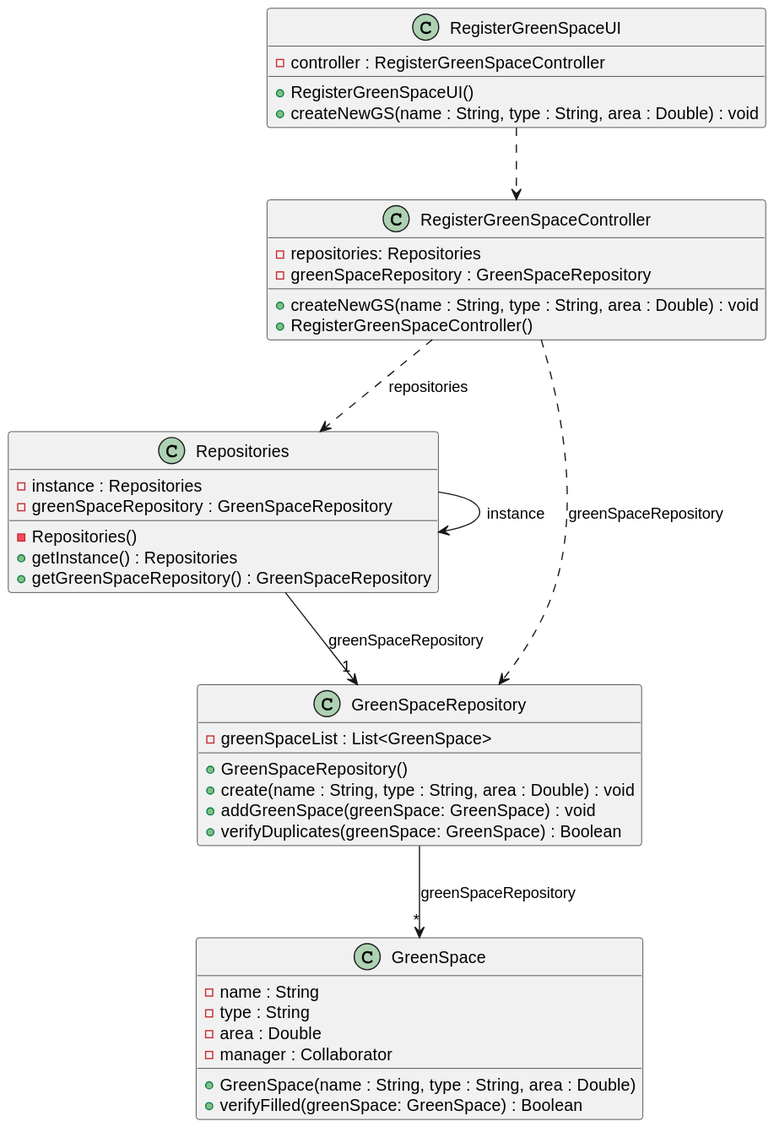
Earlier version of the PlantUML export docs/sprintC/us020/03.design/svg/us020-class-diagram.svg (ricardomm7/leaflink). Source of this version:
```plantuml
@startuml
skinparam shadowing false
skinparam line type polyline


    class RegisterGreenSpaceUI {
        - controller : RegisterGreenSpaceController
        + RegisterGreenSpaceUI()
        + createNewGS(name : String, type : String, area : Double) : void
    }

    class RegisterGreenSpaceController {
        - repositories: Repositories
        - greenSpaceRepository : GreenSpaceRepository
        + createNewGS(name : String, type : String, area : Double) : void
        + RegisterGreenSpaceController()
    }

    class Repositories {
        - instance : Repositories
        - greenSpaceRepository : GreenSpaceRepository
        - Repositories()
        + getInstance() : Repositories
        + getGreenSpaceRepository() : GreenSpaceRepository
    }

    class GreenSpaceRepository {
        - greenSpaceList : List<GreenSpace>

        + GreenSpaceRepository()
        + create(name : String, type : String, area : Double) : void
        + addGreenSpace(greenSpace: GreenSpace) : void
        + verifyDuplicates(greenSpace: GreenSpace) : Boolean
    }

    class GreenSpace {
        - name : String
        - type : String
        - area : Double
        - manager : Collaborator
        + GreenSpace(name : String, type : String, area : Double)
        + verifyFilled(greenSpace: GreenSpace) : Boolean
    }

RegisterGreenSpaceUI ..> RegisterGreenSpaceController
RegisterGreenSpaceController ..> Repositories: repositories
Repositories --> Repositories: instance
RegisterGreenSpaceController ..> GreenSpaceRepository: greenSpaceRepository
Repositories --> "1"GreenSpaceRepository: greenSpaceRepository
GreenSpaceRepository -->"*" GreenSpace: greenSpaceRepository
@enduml
```
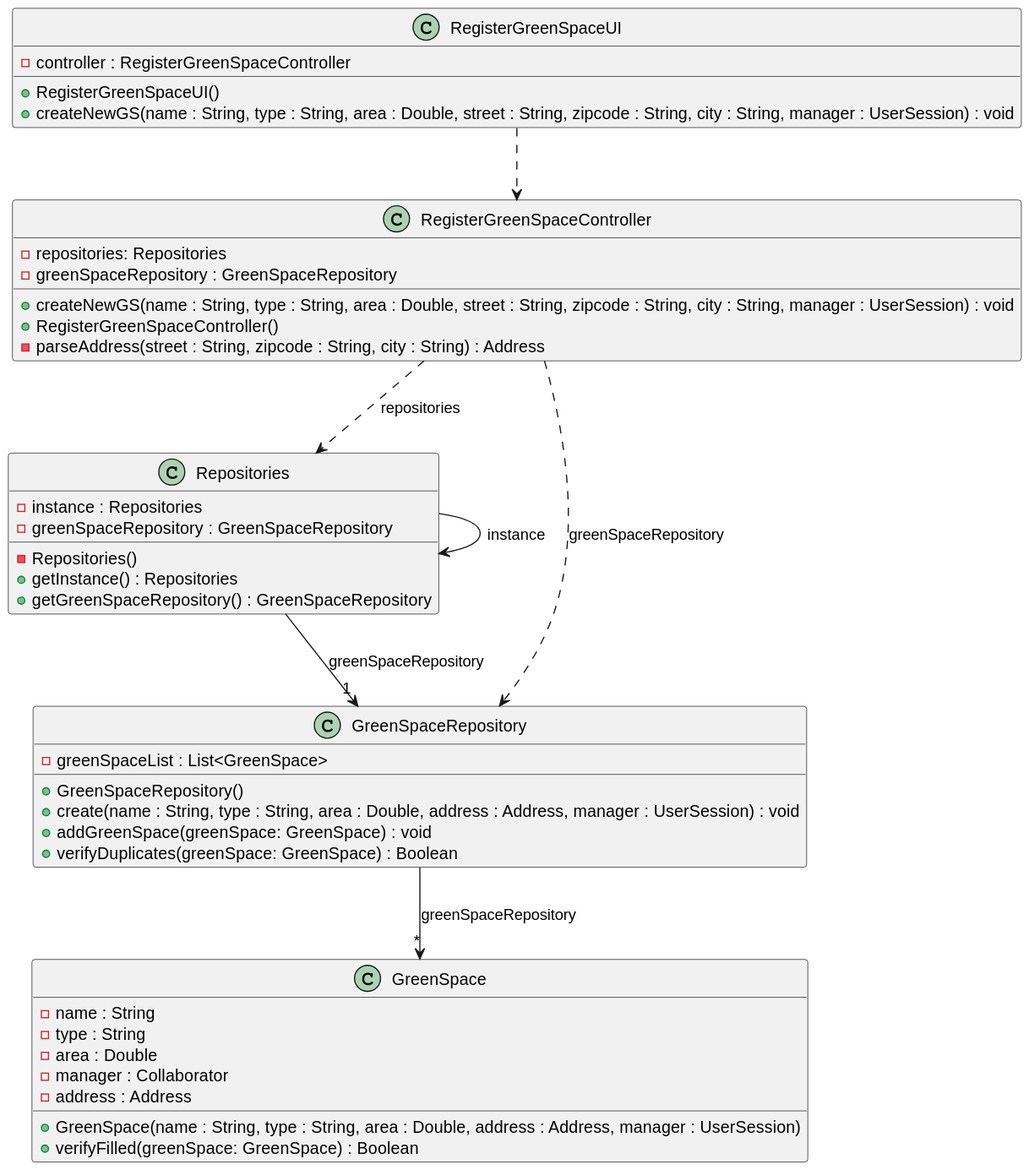
The same diagram one commit later.

The edit, as a diff of the source:
```diff
@@ -6,14 +6,15 @@
     class RegisterGreenSpaceUI {
         - controller : RegisterGreenSpaceController
         + RegisterGreenSpaceUI()
-        + createNewGS(name : String, type : String, area : Double) : void
+        + createNewGS(name : String, type : String, area : Double, street : String, zipcode : String, city : String, manager : UserSession) : void
     }
 
     class RegisterGreenSpaceController {
         - repositories: Repositories
         - greenSpaceRepository : GreenSpaceRepository
-        + createNewGS(name : String, type : String, area : Double) : void
+        + createNewGS(name : String, type : String, area : Double, street : String, zipcode : String, city : String, manager : UserSession) : void
         + RegisterGreenSpaceController()
+        - parseAddress(street : String, zipcode : String, city : String) : Address
     }
 
     class Repositories {
@@ -28,7 +29,7 @@
         - greenSpaceList : List<GreenSpace>
 
         + GreenSpaceRepository()
-        + create(name : String, type : String, area : Double) : void
+        + create(name : String, type : String, area : Double, address : Address, manager : UserSession) : void
         + addGreenSpace(greenSpace: GreenSpace) : void
         + verifyDuplicates(greenSpace: GreenSpace) : Boolean
     }
@@ -38,7 +39,8 @@
         - type : String
         - area : Double
         - manager : Collaborator
-        + GreenSpace(name : String, type : String, area : Double)
+        - address : Address
+        + GreenSpace(name : String, type : String, area : Double, address : Address, manager : UserSession)
         + verifyFilled(greenSpace: GreenSpace) : Boolean
     }
 
```
